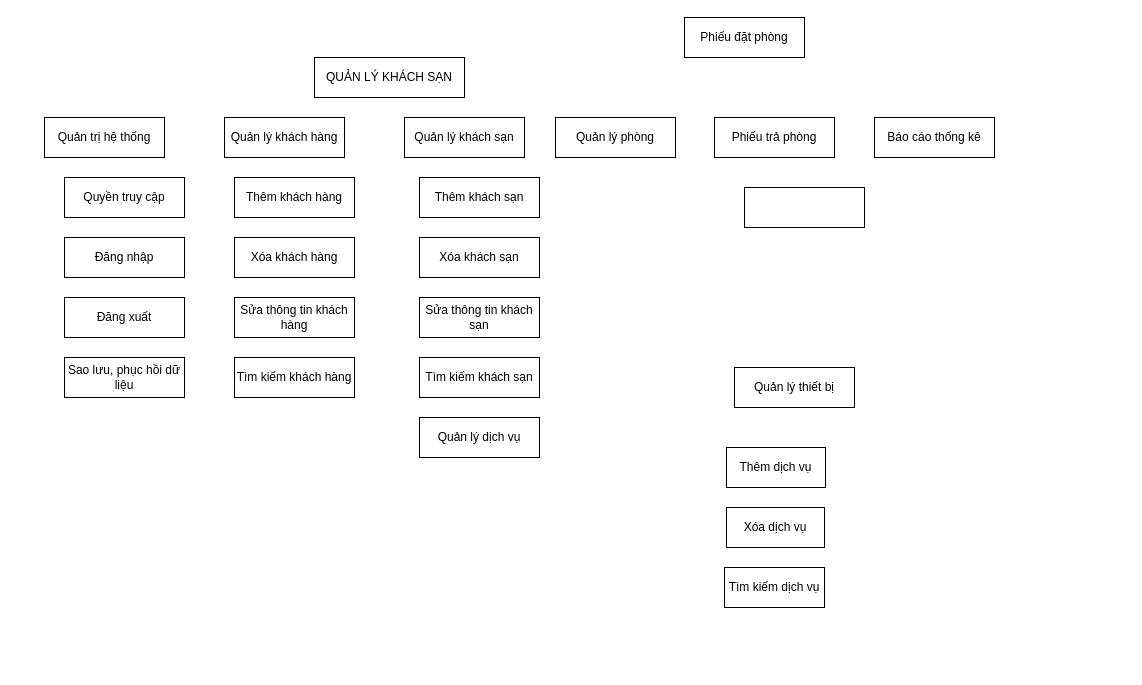
This is Untitled Diagram.drawio from nguyenthaituan/TaiLieuAI, a draw.io file, before an edit. Source tidied: cells renumbered, new cells numbered last; positions are measured from the earlier drawing's top-left corner, leaving out a move shared by most shapes. Both pictures are drawn from the tidied source at 100%, with x=0, y=0 at pixel (44, 17).
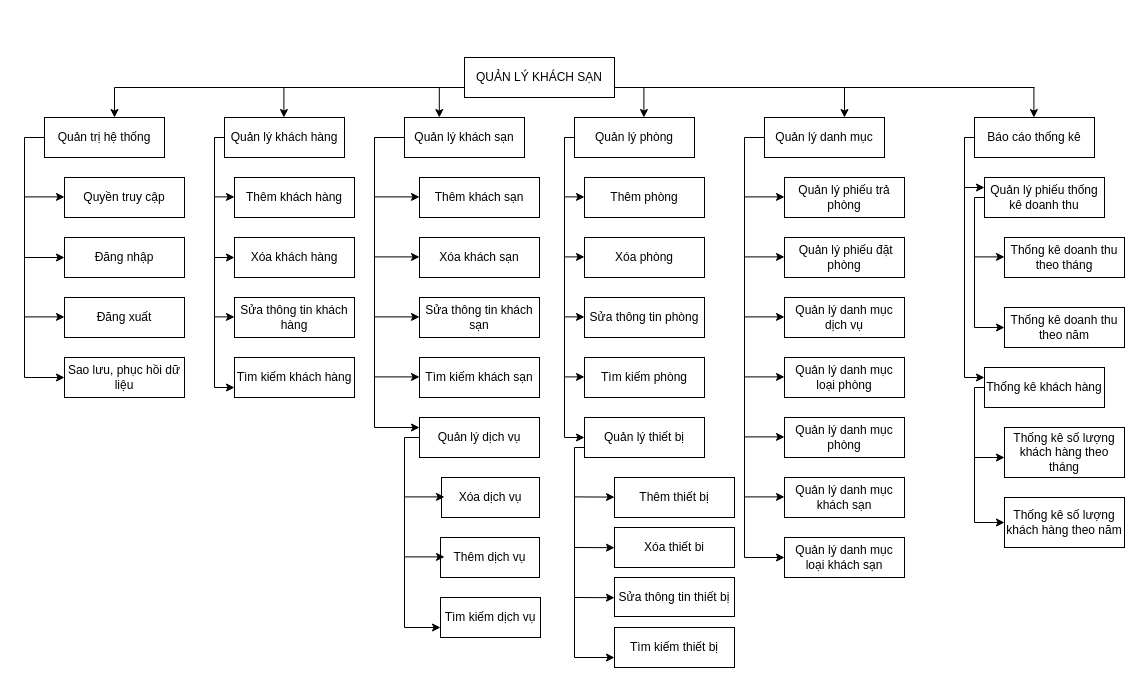
The same page after the edit.

The change refers to these unchanged cells:
```xml
<mxCell id="6" value="Sao lưu, phục hồi dữ liệu" style="rounded=0;whiteSpace=wrap;html=1;" parent="1" vertex="1">
  <mxGeometry x="20" y="340" width="120" height="40" as="geometry" />
</mxCell>
<mxCell id="7" value="Quản trị hệ thống" style="rounded=0;whiteSpace=wrap;html=1;" parent="1" vertex="1">
  <mxGeometry y="100" width="120" height="40" as="geometry" />
</mxCell>
<mxCell id="8" value="Quản lý khách hàng" style="rounded=0;whiteSpace=wrap;html=1;" parent="1" vertex="1">
  <mxGeometry x="180" y="100" width="120" height="40" as="geometry" />
</mxCell>
<mxCell id="10" value="Tìm kiếm khách hàng" style="rounded=0;whiteSpace=wrap;html=1;" parent="1" vertex="1">
  <mxGeometry x="190" y="340" width="120" height="40" as="geometry" />
</mxCell>
<mxCell id="15" value="Quản lý khách sạn" style="rounded=0;whiteSpace=wrap;html=1;" parent="1" vertex="1">
  <mxGeometry x="360" y="100" width="120" height="40" as="geometry" />
</mxCell>
<mxCell id="20" value="Quản lý dịch vụ" style="rounded=0;whiteSpace=wrap;html=1;" parent="1" vertex="1">
  <mxGeometry x="375" y="400" width="120" height="40" as="geometry" />
</mxCell>
```

The edit, as a diff of the source:
```diff
@@
     <mxCell id="2" value="QUẢN LÝ KHÁCH SẠN" style="rounded=0;whiteSpace=wrap;html=1;" parent="1" vertex="1">
-      <mxGeometry x="270" y="40" width="150" height="40" as="geometry" />
+      <mxGeometry x="420" y="40" width="150" height="40" as="geometry" />
     </mxCell>
@@
+    <mxCell id="29" style="edgeStyle=orthogonalEdgeStyle;rounded=0;jettySize=auto;html=1;entryX=0;entryY=0.5;entryDx=0;entryDy=0;" parent="1" edge="1" source="7" target="6">
+      <mxGeometry relative="1" as="geometry">
+        <Array as="points">
+          <mxPoint x="-20" y="120" />
+          <mxPoint x="-20" y="360" />
+        </Array>
+      </mxGeometry>
+    </mxCell>
@@
+    <mxCell id="30" style="edgeStyle=orthogonalEdgeStyle;rounded=0;jettySize=auto;html=1;entryX=0;entryY=0.75;entryDx=0;entryDy=0;" parent="1" edge="1" source="8" target="10">
+      <mxGeometry relative="1" as="geometry">
+        <Array as="points">
+          <mxPoint x="170" y="120" />
+          <mxPoint x="170" y="370" />
+        </Array>
+      </mxGeometry>
+    </mxCell>
@@
+    <mxCell id="31" style="edgeStyle=orthogonalEdgeStyle;rounded=0;jettySize=auto;html=1;entryX=0;entryY=0.5;entryDx=0;entryDy=0;" parent="1" edge="1" source="11" target="12">
+      <mxGeometry relative="1" as="geometry">
+        <Array as="points">
+          <mxPoint x="520" y="120" />
+          <mxPoint x="520" y="420" />
+        </Array>
+      </mxGeometry>
+    </mxCell>
     <mxCell id="11" value="Quản lý phòng" style="rounded=0;whiteSpace=wrap;html=1;" parent="1" vertex="1">
-      <mxGeometry x="511" y="100" width="120" height="40" as="geometry" />
+      <mxGeometry x="530" y="100" width="120" height="40" as="geometry" />
     </mxCell>
+    <mxCell id="32" style="edgeStyle=orthogonalEdgeStyle;rounded=0;jettySize=auto;html=1;entryX=0;entryY=0.75;entryDx=0;entryDy=0;" parent="1" edge="1" source="12" target="44">
+      <mxGeometry relative="1" as="geometry">
+        <Array as="points">
+          <mxPoint x="530" y="430" />
+          <mxPoint x="530" y="640" />
+        </Array>
+      </mxGeometry>
+    </mxCell>
     <mxCell id="12" value="Quản lý thiết bị" style="rounded=0;whiteSpace=wrap;html=1;" parent="1" vertex="1">
-      <mxGeometry x="690" y="350" width="120" height="40" as="geometry" />
+      <mxGeometry x="540" y="400" width="120" height="40" as="geometry" />
     </mxCell>
+    <mxCell id="33" style="edgeStyle=orthogonalEdgeStyle;rounded=0;jettySize=auto;html=1;entryX=0;entryY=0.25;entryDx=0;entryDy=0;" parent="1" edge="1" source="13" target="55">
+      <mxGeometry relative="1" as="geometry">
+        <Array as="points">
+          <mxPoint x="920" y="120" />
+          <mxPoint x="920" y="360" />
+        </Array>
+      </mxGeometry>
+    </mxCell>
     <mxCell id="13" value="Báo cáo thống kê" style="rounded=0;whiteSpace=wrap;html=1;" parent="1" vertex="1">
-      <mxGeometry x="830" y="100" width="120" height="40" as="geometry" />
+      <mxGeometry x="930" y="100" width="120" height="40" as="geometry" />
     </mxCell>
@@
+    <mxCell id="34" style="edgeStyle=orthogonalEdgeStyle;rounded=0;jettySize=auto;html=1;entryX=0;entryY=0.25;entryDx=0;entryDy=0;" parent="1" edge="1" source="15" target="20">
+      <mxGeometry relative="1" as="geometry">
+        <Array as="points">
+          <mxPoint x="330" y="120" />
+          <mxPoint x="330" y="410" />
+        </Array>
+      </mxGeometry>
+    </mxCell>
@@
-    <mxCell id="16" value="Phiếu đặt phòng" style="rounded=0;whiteSpace=wrap;html=1;" parent="1" vertex="1">
-      <mxGeometry x="640" width="120" height="40" as="geometry" />
+    <mxCell id="16" value="&amp;nbsp;Quản lý phiếu đặt phòng" style="rounded=0;whiteSpace=wrap;html=1;" parent="1" vertex="1">
+      <mxGeometry x="740" y="220" width="120" height="40" as="geometry" />
     </mxCell>
-    <mxCell id="17" value="Phiếu trả phòng" style="rounded=0;whiteSpace=wrap;html=1;" parent="1" vertex="1">
-      <mxGeometry x="670" y="100" width="120" height="40" as="geometry" />
+    <mxCell id="17" value="Quản lý phiếu trả phòng" style="rounded=0;whiteSpace=wrap;html=1;" parent="1" vertex="1">
+      <mxGeometry x="740" y="160" width="120" height="40" as="geometry" />
     </mxCell>
@@
+    <mxCell id="35" style="edgeStyle=orthogonalEdgeStyle;rounded=0;jettySize=auto;html=1;entryX=0;entryY=0.75;entryDx=0;entryDy=0;" parent="1" edge="1" source="20" target="28">
+      <mxGeometry relative="1" as="geometry">
+        <Array as="points">
+          <mxPoint x="360" y="420" />
+          <mxPoint x="360" y="610" />
+        </Array>
+      </mxGeometry>
+    </mxCell>
@@
+    <mxCell id="36" style="edgeStyle=orthogonalEdgeStyle;rounded=0;jettySize=auto;html=1;entryX=0;entryY=0.5;entryDx=0;entryDy=0;" parent="1" edge="1" source="21" target="49">
+      <mxGeometry relative="1" as="geometry">
+        <Array as="points">
+          <mxPoint x="700" y="120" />
+          <mxPoint x="700" y="540" />
+        </Array>
+      </mxGeometry>
+    </mxCell>
-    <mxCell id="21" style="rounded=0;whiteSpace=wrap;html=1;" parent="1" vertex="1">
-      <mxGeometry x="700" y="170" width="120" height="40" as="geometry" />
+    <mxCell id="21" value="Quản lý danh mục" style="rounded=0;whiteSpace=wrap;html=1;" parent="1" vertex="1">
+      <mxGeometry x="720" y="100" width="120" height="40" as="geometry" />
     </mxCell>
@@
     <mxCell id="26" value="Thêm dịch vụ" style="rounded=0;whiteSpace=wrap;html=1;" parent="1" vertex="1">
-      <mxGeometry x="682" y="430" width="99" height="40" as="geometry" />
+      <mxGeometry x="396" y="520" width="99" height="40" as="geometry" />
     </mxCell>
     <mxCell id="27" value="Xóa dịch vụ" style="rounded=0;whiteSpace=wrap;html=1;" parent="1" vertex="1">
-      <mxGeometry x="682" y="490" width="98" height="40" as="geometry" />
+      <mxGeometry x="397" y="460" width="98" height="40" as="geometry" />
     </mxCell>
     <mxCell id="28" value="Tìm kiếm dịch vụ" style="rounded=0;whiteSpace=wrap;html=1;" parent="1" vertex="1">
-      <mxGeometry x="680" y="550" width="100" height="40" as="geometry" />
+      <mxGeometry x="396" y="580" width="100" height="40" as="geometry" />
     </mxCell>
+    <mxCell id="37" value="Thêm phòng" style="rounded=0;whiteSpace=wrap;html=1;" parent="1" vertex="1">
+      <mxGeometry x="540" y="160" width="120" height="40" as="geometry" />
+    </mxCell>
+    <mxCell id="38" value="Xóa phòng" style="rounded=0;whiteSpace=wrap;html=1;" parent="1" vertex="1">
+      <mxGeometry x="540" y="220" width="120" height="40" as="geometry" />
+    </mxCell>
+    <mxCell id="39" value="Sửa thông tin phòng" style="rounded=0;whiteSpace=wrap;html=1;" parent="1" vertex="1">
+      <mxGeometry x="540" y="280" width="120" height="40" as="geometry" />
+    </mxCell>
+    <mxCell id="40" value="Tìm kiếm phòng" style="rounded=0;whiteSpace=wrap;html=1;" parent="1" vertex="1">
+      <mxGeometry x="540" y="340" width="120" height="40" as="geometry" />
+    </mxCell>
+    <mxCell id="41" value="Thêm thiết bị" style="rounded=0;whiteSpace=wrap;html=1;" parent="1" vertex="1">
+      <mxGeometry x="570" y="460" width="120" height="40" as="geometry" />
+    </mxCell>
+    <mxCell id="42" value="Xóa thiết bi" style="rounded=0;whiteSpace=wrap;html=1;" parent="1" vertex="1">
+      <mxGeometry x="570" y="510" width="120" height="40" as="geometry" />
+    </mxCell>
+    <mxCell id="43" value="Sửa thông tin thiết bị" style="rounded=0;whiteSpace=wrap;html=1;" parent="1" vertex="1">
+      <mxGeometry x="570" y="560" width="120" height="39" as="geometry" />
+    </mxCell>
+    <mxCell id="44" value="Tìm kiếm thiết bị" style="rounded=0;whiteSpace=wrap;html=1;" parent="1" vertex="1">
+      <mxGeometry x="570" y="610" width="120" height="40" as="geometry" />
+    </mxCell>
+    <mxCell id="45" value="Quản lý danh mục dịch vụ" style="rounded=0;whiteSpace=wrap;html=1;" parent="1" vertex="1">
+      <mxGeometry x="740" y="280" width="120" height="40" as="geometry" />
+    </mxCell>
+    <mxCell id="46" value="Quản lý danh mục loại phòng" style="rounded=0;whiteSpace=wrap;html=1;" parent="1" vertex="1">
+      <mxGeometry x="740" y="340" width="120" height="40" as="geometry" />
+    </mxCell>
+    <mxCell id="47" value="Quản lý danh mục phòng" style="rounded=0;whiteSpace=wrap;html=1;" parent="1" vertex="1">
+      <mxGeometry x="740" y="400" width="120" height="40" as="geometry" />
+    </mxCell>
+    <mxCell id="48" value="Quản lý danh mục khách sạn" style="rounded=0;whiteSpace=wrap;html=1;" parent="1" vertex="1">
+      <mxGeometry x="740" y="460" width="120" height="40" as="geometry" />
+    </mxCell>
+    <mxCell id="49" value="Quản lý danh mục loại khách sạn" style="rounded=0;whiteSpace=wrap;html=1;" parent="1" vertex="1">
+      <mxGeometry x="740" y="520" width="120" height="40" as="geometry" />
+    </mxCell>
+    <mxCell id="50" style="edgeStyle=orthogonalEdgeStyle;rounded=0;jettySize=auto;html=1;entryX=0;entryY=0.5;entryDx=0;entryDy=0;" parent="1" edge="1" source="51" target="52">
+      <mxGeometry relative="1" as="geometry">
+        <Array as="points">
+          <mxPoint x="930" y="180" />
+          <mxPoint x="930" y="310" />
+        </Array>
+      </mxGeometry>
+    </mxCell>
+    <mxCell id="51" value="Quản lý phiếu thống kê doanh thu" style="rounded=0;whiteSpace=wrap;html=1;" parent="1" vertex="1">
+      <mxGeometry x="940" y="160" width="120" height="40" as="geometry" />
+    </mxCell>
+    <mxCell id="52" value="Thống kê doanh thu theo năm" style="rounded=0;whiteSpace=wrap;html=1;" parent="1" vertex="1">
+      <mxGeometry x="960" y="290" width="120" height="40" as="geometry" />
+    </mxCell>
+    <mxCell id="53" value="Thống kê doanh thu theo tháng" style="rounded=0;whiteSpace=wrap;html=1;" parent="1" vertex="1">
+      <mxGeometry x="960" y="220" width="120" height="40" as="geometry" />
+    </mxCell>
+    <mxCell id="54" style="edgeStyle=orthogonalEdgeStyle;rounded=0;jettySize=auto;html=1;entryX=0;entryY=0.5;entryDx=0;entryDy=0;" parent="1" edge="1" source="55" target="57">
+      <mxGeometry relative="1" as="geometry">
+        <Array as="points">
+          <mxPoint x="930" y="370" />
+          <mxPoint x="930" y="505" />
+        </Array>
+      </mxGeometry>
+    </mxCell>
+    <mxCell id="55" value="Thống kê khách hàng" style="rounded=0;whiteSpace=wrap;html=1;" parent="1" vertex="1">
+      <mxGeometry x="940" y="350" width="120" height="40" as="geometry" />
+    </mxCell>
+    <mxCell id="56" value="Thống kê số lượng khách hàng theo tháng" style="rounded=0;whiteSpace=wrap;html=1;" parent="1" vertex="1">
+      <mxGeometry x="960" y="410" width="120" height="50" as="geometry" />
+    </mxCell>
+    <mxCell id="57" value="Thống kê số lượng khách hàng theo năm" style="rounded=0;whiteSpace=wrap;html=1;" parent="1" vertex="1">
+      <mxGeometry x="960" y="480" width="120" height="50" as="geometry" />
+    </mxCell>
+    <mxCell id="58" style="endArrow=classic;html=1;" parent="1" edge="1">
+      <mxGeometry relative="1" as="geometry">
+        <mxPoint x="-20" y="299.4" as="sourcePoint" />
+        <mxPoint x="20" y="299.4" as="targetPoint" />
+      </mxGeometry>
+    </mxCell>
+    <mxCell id="59" style="endArrow=classic;html=1;" parent="1" edge="1">
+      <mxGeometry relative="1" as="geometry">
+        <mxPoint x="-20" y="240" as="sourcePoint" />
+        <mxPoint x="20" y="240" as="targetPoint" />
+      </mxGeometry>
+    </mxCell>
+    <mxCell id="60" style="endArrow=classic;html=1;" parent="1" edge="1">
+      <mxGeometry relative="1" as="geometry">
+        <mxPoint x="-20" y="179.4" as="sourcePoint" />
+        <mxPoint x="20" y="179.4" as="targetPoint" />
+      </mxGeometry>
+    </mxCell>
+    <mxCell id="61" style="endArrow=classic;html=1;" parent="1" edge="1">
+      <mxGeometry relative="1" as="geometry">
+        <mxPoint x="170" y="299.4" as="sourcePoint" />
+        <mxPoint x="190" y="299.4" as="targetPoint" />
+      </mxGeometry>
+    </mxCell>
+    <mxCell id="62" style="endArrow=classic;html=1;" parent="1" edge="1">
+      <mxGeometry relative="1" as="geometry">
+        <mxPoint x="170" y="240" as="sourcePoint" />
+        <mxPoint x="190" y="240" as="targetPoint" />
+      </mxGeometry>
+    </mxCell>
+    <mxCell id="63" style="endArrow=classic;html=1;" parent="1" edge="1">
+      <mxGeometry relative="1" as="geometry">
+        <mxPoint x="170" y="179.4" as="sourcePoint" />
+        <mxPoint x="190" y="179.4" as="targetPoint" />
+      </mxGeometry>
+    </mxCell>
+    <mxCell id="64" style="endArrow=classic;html=1;" parent="1" edge="1">
+      <mxGeometry relative="1" as="geometry">
+        <mxPoint x="360" y="479.4" as="sourcePoint" />
+        <mxPoint x="400" y="479.4" as="targetPoint" />
+      </mxGeometry>
+    </mxCell>
+    <mxCell id="65" style="endArrow=classic;html=1;" parent="1" edge="1">
+      <mxGeometry relative="1" as="geometry">
+        <mxPoint x="330" y="359.4" as="sourcePoint" />
+        <mxPoint x="375" y="359.4" as="targetPoint" />
+      </mxGeometry>
+    </mxCell>
+    <mxCell id="66" style="endArrow=classic;html=1;" parent="1" edge="1">
+      <mxGeometry relative="1" as="geometry">
+        <mxPoint x="330" y="239.4" as="sourcePoint" />
+        <mxPoint x="375" y="239.4" as="targetPoint" />
+      </mxGeometry>
+    </mxCell>
+    <mxCell id="67" style="endArrow=classic;html=1;" parent="1" edge="1">
+      <mxGeometry relative="1" as="geometry">
+        <mxPoint x="330" y="299.4" as="sourcePoint" />
+        <mxPoint x="375" y="299.4" as="targetPoint" />
+      </mxGeometry>
+    </mxCell>
+    <mxCell id="68" style="endArrow=classic;html=1;" parent="1" edge="1">
+      <mxGeometry relative="1" as="geometry">
+        <mxPoint x="330" y="179.4" as="sourcePoint" />
+        <mxPoint x="375" y="179.4" as="targetPoint" />
+      </mxGeometry>
+    </mxCell>
+    <mxCell id="69" style="endArrow=classic;html=1;" parent="1" edge="1">
+      <mxGeometry relative="1" as="geometry">
+        <mxPoint x="360" y="539.4" as="sourcePoint" />
+        <mxPoint x="400" y="539.4" as="targetPoint" />
+      </mxGeometry>
+    </mxCell>
+    <mxCell id="70" style="endArrow=classic;html=1;" parent="1" edge="1">
+      <mxGeometry relative="1" as="geometry">
+        <mxPoint x="520" y="179.4" as="sourcePoint" />
+        <mxPoint x="540" y="179.4" as="targetPoint" />
+      </mxGeometry>
+    </mxCell>
+    <mxCell id="71" style="endArrow=classic;html=1;" parent="1" edge="1">
+      <mxGeometry relative="1" as="geometry">
+        <mxPoint x="520" y="239.4" as="sourcePoint" />
+        <mxPoint x="540" y="239.4" as="targetPoint" />
+      </mxGeometry>
+    </mxCell>
+    <mxCell id="72" style="endArrow=classic;html=1;" parent="1" edge="1">
+      <mxGeometry relative="1" as="geometry">
+        <mxPoint x="520" y="299.4" as="sourcePoint" />
+        <mxPoint x="540" y="299.4" as="targetPoint" />
+      </mxGeometry>
+    </mxCell>
+    <mxCell id="73" style="endArrow=classic;html=1;" parent="1" edge="1">
+      <mxGeometry relative="1" as="geometry">
+        <mxPoint x="520" y="359.4" as="sourcePoint" />
+        <mxPoint x="540" y="359.4" as="targetPoint" />
+      </mxGeometry>
+    </mxCell>
+    <mxCell id="74" style="endArrow=classic;html=1;" parent="1" edge="1">
+      <mxGeometry relative="1" as="geometry">
+        <mxPoint x="530" y="479.4" as="sourcePoint" />
+        <mxPoint x="570" y="479.6" as="targetPoint" />
+      </mxGeometry>
+    </mxCell>
+    <mxCell id="75" style="endArrow=classic;html=1;" parent="1" edge="1">
+      <mxGeometry relative="1" as="geometry">
+        <mxPoint x="530" y="530" as="sourcePoint" />
+        <mxPoint x="570" y="530.2" as="targetPoint" />
+      </mxGeometry>
+    </mxCell>
+    <mxCell id="76" style="endArrow=classic;html=1;" parent="1" edge="1">
+      <mxGeometry relative="1" as="geometry">
+        <mxPoint x="530" y="580" as="sourcePoint" />
+        <mxPoint x="570" y="580.2" as="targetPoint" />
+      </mxGeometry>
+    </mxCell>
+    <mxCell id="77" style="endArrow=classic;html=1;" parent="1" edge="1">
+      <mxGeometry relative="1" as="geometry">
+        <mxPoint x="920" y="170" as="sourcePoint" />
+        <mxPoint x="940" y="170" as="targetPoint" />
+      </mxGeometry>
+    </mxCell>
+    <mxCell id="78" style="endArrow=classic;html=1;" parent="1" edge="1">
+      <mxGeometry relative="1" as="geometry">
+        <mxPoint x="930" y="239.4" as="sourcePoint" />
+        <mxPoint x="960" y="239.4" as="targetPoint" />
+      </mxGeometry>
+    </mxCell>
+    <mxCell id="79" style="endArrow=classic;html=1;" parent="1" edge="1">
+      <mxGeometry relative="1" as="geometry">
+        <mxPoint x="930" y="440" as="sourcePoint" />
+        <mxPoint x="960" y="440" as="targetPoint" />
+      </mxGeometry>
+    </mxCell>
+    <mxCell id="80" style="endArrow=classic;html=1;" parent="1" edge="1">
+      <mxGeometry relative="1" as="geometry">
+        <mxPoint x="700" y="179.4" as="sourcePoint" />
+        <mxPoint x="740" y="179.4" as="targetPoint" />
+      </mxGeometry>
+    </mxCell>
+    <mxCell id="81" style="endArrow=classic;html=1;" parent="1" edge="1">
+      <mxGeometry relative="1" as="geometry">
+        <mxPoint x="700" y="239.4" as="sourcePoint" />
+        <mxPoint x="740" y="239.4" as="targetPoint" />
+      </mxGeometry>
+    </mxCell>
+    <mxCell id="82" style="endArrow=classic;html=1;" parent="1" edge="1">
+      <mxGeometry relative="1" as="geometry">
+        <mxPoint x="700" y="299.4" as="sourcePoint" />
+        <mxPoint x="740" y="299.4" as="targetPoint" />
+      </mxGeometry>
+    </mxCell>
+    <mxCell id="83" style="endArrow=classic;html=1;" parent="1" edge="1">
+      <mxGeometry relative="1" as="geometry">
+        <mxPoint x="700" y="359.4" as="sourcePoint" />
+        <mxPoint x="740" y="359.4" as="targetPoint" />
+      </mxGeometry>
+    </mxCell>
+    <mxCell id="84" style="endArrow=classic;html=1;" parent="1" edge="1">
+      <mxGeometry relative="1" as="geometry">
+        <mxPoint x="700" y="419.4" as="sourcePoint" />
+        <mxPoint x="740" y="419.4" as="targetPoint" />
+      </mxGeometry>
+    </mxCell>
+    <mxCell id="85" style="endArrow=classic;html=1;" parent="1" edge="1">
+      <mxGeometry relative="1" as="geometry">
+        <mxPoint x="700" y="479.4" as="sourcePoint" />
+        <mxPoint x="740" y="479.4" as="targetPoint" />
+      </mxGeometry>
+    </mxCell>
+    <mxCell id="86" style="endArrow=none;html=1;entryX=0;entryY=0.75;entryDx=0;entryDy=0;" parent="1" edge="1" target="2">
+      <mxGeometry relative="1" as="geometry">
+        <mxPoint x="70" y="70" as="sourcePoint" />
+      </mxGeometry>
+    </mxCell>
+    <mxCell id="87" style="endArrow=none;html=1;" parent="1" edge="1">
+      <mxGeometry relative="1" as="geometry">
+        <mxPoint x="570" y="70" as="sourcePoint" />
+        <mxPoint x="990" y="70" as="targetPoint" />
+      </mxGeometry>
+    </mxCell>
+    <mxCell id="88" style="endArrow=classic;html=1;" parent="1" edge="1">
+      <mxGeometry relative="1" as="geometry">
+        <mxPoint x="70" y="70" as="sourcePoint" />
+        <mxPoint x="70" y="100" as="targetPoint" />
+      </mxGeometry>
+    </mxCell>
+    <mxCell id="89" style="endArrow=classic;html=1;" parent="1" edge="1">
+      <mxGeometry relative="1" as="geometry">
+        <mxPoint x="989.4" y="70" as="sourcePoint" />
+        <mxPoint x="989.4" y="100" as="targetPoint" />
+      </mxGeometry>
+    </mxCell>
+    <mxCell id="90" style="endArrow=classic;html=1;" parent="1" edge="1">
+      <mxGeometry relative="1" as="geometry">
+        <mxPoint x="239.4" y="70" as="sourcePoint" />
+        <mxPoint x="239.4" y="100" as="targetPoint" />
+      </mxGeometry>
+    </mxCell>
+    <mxCell id="91" style="endArrow=classic;html=1;" parent="1" edge="1">
+      <mxGeometry relative="1" as="geometry">
+        <mxPoint x="800" y="70" as="sourcePoint" />
+        <mxPoint x="800" y="100" as="targetPoint" />
+      </mxGeometry>
+    </mxCell>
+    <mxCell id="92" style="endArrow=classic;html=1;" parent="1" edge="1">
+      <mxGeometry relative="1" as="geometry">
+        <mxPoint x="599.4" y="70" as="sourcePoint" />
+        <mxPoint x="599.4" y="100" as="targetPoint" />
+      </mxGeometry>
+    </mxCell>
+    <mxCell id="93" style="endArrow=classic;html=1;" parent="1" edge="1">
+      <mxGeometry relative="1" as="geometry">
+        <mxPoint x="394.8" y="70" as="sourcePoint" />
+        <mxPoint x="394.8" y="100" as="targetPoint" />
+      </mxGeometry>
+    </mxCell>
```
